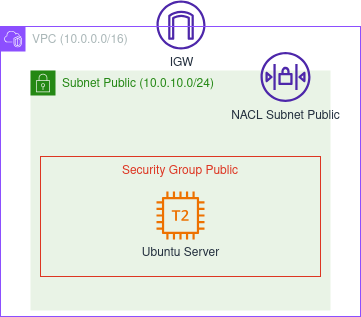
The draw.io diagram terraform-aws-test-env/img/aws-test-env.png in smscully/python-aws-scripts, before a commit. Source tidied: cells renumbered, new cells last; positions are measured from the earlier drawing's top-left corner, leaving out a move shared by most shapes.
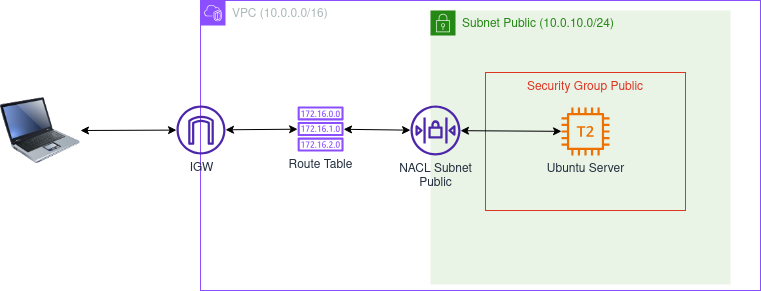
Above is the later version.

Diff of the diagram source:
```diff
@@ -3,25 +3,43 @@
     <mxCell id="0" />
     <mxCell id="1" parent="0" />
     <mxCell id="2" value="Subnet Public (10.0.10.0/24)" style="gradientColor=none;html=1;whiteSpace=wrap;fontSize=12;fontStyle=0;shape=mxgraph.aws4.group;grIcon=mxgraph.aws4.group_security_group;grStroke=0;strokeColor=#248814;fillColor=#E9F3E6;verticalAlign=top;align=left;spacingLeft=30;fontColor=#248814;dashed=0;" parent="1" vertex="1">
-      <mxGeometry x="30" y="70" width="300" height="240" as="geometry" />
+      <mxGeometry x="430" y="36" width="300" height="274" as="geometry" />
     </mxCell>
     <mxCell id="3" value="Security Group Public" style="fillColor=none;strokeColor=#DD3522;verticalAlign=top;fontStyle=0;fontColor=#DD3522;" parent="1" vertex="1">
-      <mxGeometry x="40" y="156" width="280" height="120" as="geometry" />
+      <mxGeometry x="485" y="98" width="200" height="138" as="geometry" />
     </mxCell>
-    <mxCell id="4" value="IGW" style="sketch=0;outlineConnect=0;fontColor=#232F3E;gradientColor=none;fillColor=#4D27AA;strokeColor=none;dashed=0;verticalLabelPosition=bottom;verticalAlign=top;align=center;html=1;fontSize=12;fontStyle=0;shape=mxgraph.aws4.internet_gateway;" parent="1" vertex="1">
-      <mxGeometry x="156" width="49" height="49" as="geometry" />
-    </mxCell>
-    <mxCell id="5" value="NACL Subnet Public" style="sketch=0;outlineConnect=0;fontColor=#232F3E;gradientColor=none;fillColor=#4D27AA;strokeColor=none;dashed=0;verticalLabelPosition=bottom;verticalAlign=top;align=center;html=1;fontSize=12;fontStyle=0;shape=mxgraph.aws4.network_access_control_list;" parent="1" vertex="1">
-      <mxGeometry x="260" y="51.5" width="50" height="50" as="geometry" />
-    </mxCell>
     <mxCell id="6" value="Ubuntu Server" style="sketch=0;outlineConnect=0;fontColor=#232F3E;gradientColor=none;fillColor=#ED7100;strokeColor=none;dashed=0;verticalLabelPosition=bottom;verticalAlign=top;align=center;html=1;fontSize=12;fontStyle=0;shape=mxgraph.aws4.t2_instance;" parent="1" vertex="1">
-      <mxGeometry x="156" y="191" width="48" height="48" as="geometry" />
+      <mxGeometry x="561" y="133" width="48" height="48" as="geometry" />
     </mxCell>
     <mxCell id="7" value="VPC (10.0.0.0/16)" style="gradientColor=none;html=1;whiteSpace=wrap;fontSize=12;fontStyle=0;shape=mxgraph.aws4.group;grIcon=mxgraph.aws4.group_vpc2;strokeColor=#8C4FFF;fillColor=none;verticalAlign=top;align=left;spacingLeft=30;fontColor=#AAB7B8;dashed=0;" parent="1" vertex="1">
-      <mxGeometry y="26" width="360" height="290" as="geometry" />
+      <mxGeometry x="200" y="26" width="560" height="290" as="geometry" />
     </mxCell>
+    <mxCell id="5" value="&lt;div&gt;NACL Subnet&lt;/div&gt;&lt;div&gt;Public&lt;/div&gt;" style="sketch=0;outlineConnect=0;fontColor=#232F3E;gradientColor=none;fillColor=#4D27AA;strokeColor=none;dashed=0;verticalLabelPosition=bottom;verticalAlign=top;align=center;html=1;fontSize=12;fontStyle=0;shape=mxgraph.aws4.network_access_control_list;" parent="7" vertex="1">
+      <mxGeometry x="210" y="105" width="50" height="50" as="geometry" />
+    </mxCell>
+    <mxCell id="4" value="IGW" style="sketch=0;outlineConnect=0;fontColor=#232F3E;gradientColor=none;fillColor=#4D27AA;strokeColor=none;dashed=0;verticalLabelPosition=bottom;verticalAlign=top;align=center;html=1;fontSize=12;fontStyle=0;shape=mxgraph.aws4.internet_gateway;" parent="7" vertex="1">
+      <mxGeometry x="-24" y="105" width="49" height="49" as="geometry" />
+    </mxCell>
+    <mxCell id="9" value="Route Table" style="sketch=0;outlineConnect=0;fontColor=#232F3E;gradientColor=none;fillColor=#8C4FFF;strokeColor=none;dashed=0;verticalLabelPosition=bottom;verticalAlign=top;align=center;html=1;fontSize=12;fontStyle=0;shape=mxgraph.aws4.route_table;" parent="7" vertex="1">
+      <mxGeometry x="97" y="106" width="46.2" height="45" as="geometry" />
+    </mxCell>
+    <mxCell id="10" style="endArrow=classic;startArrow=classic;html=1;rounded=0;" parent="7" edge="1" source="4" target="9">
+      <mxGeometry relative="1" as="geometry" />
+    </mxCell>
+    <mxCell id="11" style="endArrow=classic;startArrow=classic;html=1;rounded=0;" parent="7" edge="1" source="9" target="5">
+      <mxGeometry relative="1" as="geometry" />
+    </mxCell>
     <mxCell id="8" style="edgeStyle=orthogonalEdgeStyle;rounded=0;orthogonalLoop=1;jettySize=auto;html=1;exitX=0.5;exitY=1;exitDx=0;exitDy=0;" parent="1" edge="1" source="3" target="3">
       <mxGeometry relative="1" as="geometry" />
     </mxCell>
+    <mxCell id="12" style="image;html=1;image=img/lib/clip_art/computers/Laptop_128x128.png;" parent="1" vertex="1">
+      <mxGeometry y="116" width="80" height="80" as="geometry" />
+    </mxCell>
+    <mxCell id="13" style="endArrow=classic;startArrow=classic;html=1;rounded=0;exitX=1;exitY=0.5;exitDx=0;exitDy=0;" parent="1" edge="1" source="12" target="4">
+      <mxGeometry relative="1" as="geometry" />
+    </mxCell>
+    <mxCell id="14" style="endArrow=classic;startArrow=classic;html=1;rounded=0;" parent="1" edge="1" source="5" target="6">
+      <mxGeometry relative="1" as="geometry" />
+    </mxCell>
   </root>
 </mxGraphModel>
```
